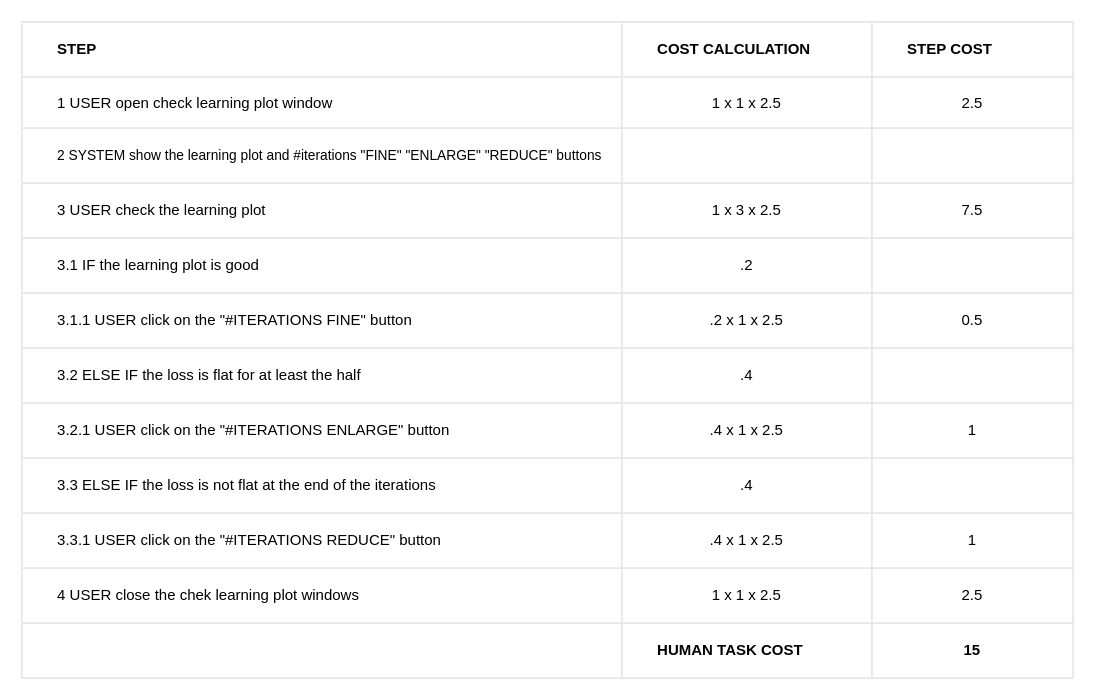
The draw.io diagram check learning plot (Bello)/check_learning_plot_table.drawio in BaffoBello14/AutomaticDamagesRecognition, before the edit. Source tidied: cells renumbered, new cells numbered last; positions are measured from the earlier drawing's top-left corner, leaving out a move shared by most shapes. Both pictures are drawn from the tidied source at 125%, with x=0, y=0 at pixel (21, 21).
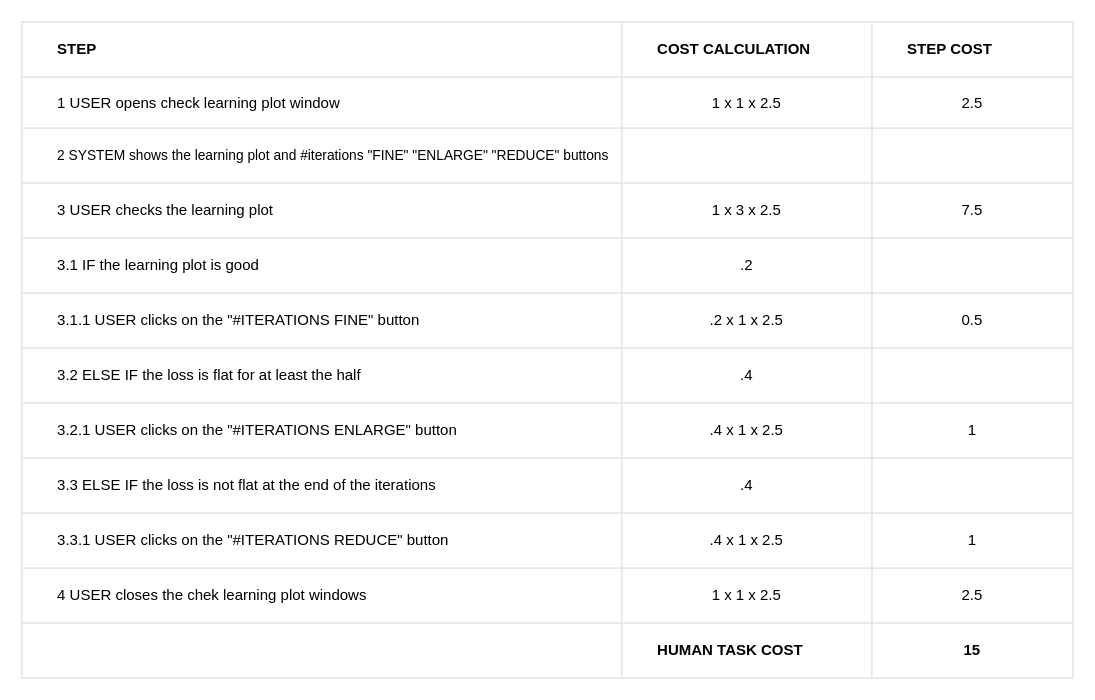
The same page after the edit.

Commit message (it also covers changes not shown here):
correct tables

Unchanged cells that the change refers to:
```xml
<mxCell id="7" style="shape=tableRow;horizontal=0;startSize=0;swimlaneHead=0;swimlaneBody=0;top=0;left=0;bottom=0;right=0;fontStyle=0;fillColor=none;strokeColor=inherit;align=left;" parent="2" vertex="1">
  <mxGeometry y="44" width="841" height="41" as="geometry" />
</mxCell>
<mxCell id="11" style="shape=tableRow;horizontal=0;startSize=0;swimlaneHead=0;swimlaneBody=0;top=0;left=0;bottom=0;right=0;fontStyle=0;fillColor=none;strokeColor=inherit;" parent="2" vertex="1">
  <mxGeometry y="85" width="841" height="44" as="geometry" />
</mxCell>
<mxCell id="15" style="shape=tableRow;horizontal=0;startSize=0;swimlaneHead=0;swimlaneBody=0;top=0;left=0;bottom=0;right=0;fontStyle=0;fillColor=none;strokeColor=inherit;" parent="2" vertex="1">
  <mxGeometry y="129" width="841" height="44" as="geometry" />
</mxCell>
<mxCell id="23" style="shape=tableRow;horizontal=0;startSize=0;swimlaneHead=0;swimlaneBody=0;top=0;left=0;bottom=0;right=0;fontStyle=0;fillColor=none;strokeColor=inherit;" parent="2" vertex="1">
  <mxGeometry y="217" width="841" height="44" as="geometry" />
</mxCell>
<mxCell id="31" style="shape=tableRow;horizontal=0;startSize=0;swimlaneHead=0;swimlaneBody=0;top=0;left=0;bottom=0;right=0;fontStyle=0;fillColor=none;strokeColor=inherit;" parent="2" vertex="1">
  <mxGeometry y="305" width="841" height="44" as="geometry" />
</mxCell>
<mxCell id="39" style="shape=tableRow;horizontal=0;startSize=0;swimlaneHead=0;swimlaneBody=0;top=0;left=0;bottom=0;right=0;fontStyle=0;fillColor=none;strokeColor=inherit;" parent="2" vertex="1">
  <mxGeometry y="393" width="841" height="44" as="geometry" />
</mxCell>
<mxCell id="43" style="shape=tableRow;horizontal=0;startSize=0;swimlaneHead=0;swimlaneBody=0;top=0;left=0;bottom=0;right=0;fontStyle=0;fillColor=none;strokeColor=inherit;" parent="2" vertex="1">
  <mxGeometry y="437" width="841" height="44" as="geometry" />
</mxCell>
```

The edit, as a diff of the source:
```diff
@@
-    <mxCell id="8" value="&lt;span style=&quot;white-space: pre;&quot;&gt;&#9;&lt;/span&gt;1 USER open check learning plot window&amp;nbsp;" style="strokeColor=inherit;fillColor=none;align=left;whiteSpace=wrap;html=1;" parent="7" vertex="1">
+    <mxCell id="8" value="&lt;span style=&quot;white-space: pre;&quot;&gt;&#9;&lt;/span&gt;1 USER opens check learning plot window&amp;nbsp;" style="strokeColor=inherit;fillColor=none;align=left;whiteSpace=wrap;html=1;" parent="7" vertex="1">
       <mxGeometry width="480" height="41" as="geometry" />
     </mxCell>
@@
-    <mxCell id="12" value="&lt;span style=&quot;white-space: pre;&quot;&gt;&#9;&lt;/span&gt;&lt;font style=&quot;font-size: 11px;&quot;&gt;2 SYSTEM show the learning plot and #iterations &quot;FINE&quot; &quot;ENLARGE&quot; &quot;REDUCE&quot; buttons&lt;/font&gt;" style="strokeColor=inherit;fillColor=none;align=left;whiteSpace=wrap;html=1;" parent="11" vertex="1">
+    <mxCell id="12" value="&lt;span style=&quot;white-space: pre;&quot;&gt;&#9;&lt;/span&gt;&lt;font style=&quot;font-size: 11px;&quot;&gt;2 SYSTEM shows the learning plot and #iterations &quot;FINE&quot; &quot;ENLARGE&quot; &quot;REDUCE&quot; buttons&lt;/font&gt;" style="strokeColor=inherit;fillColor=none;align=left;whiteSpace=wrap;html=1;" parent="11" vertex="1">
       <mxGeometry width="480" height="44" as="geometry" />
     </mxCell>
@@
-    <mxCell id="16" value="&lt;span style=&quot;&quot;&gt;&lt;span style=&quot;white-space: pre;&quot;&gt;&amp;nbsp;&lt;span style=&quot;white-space: pre;&quot;&gt;&#9;&lt;/span&gt;&lt;/span&gt;&lt;/span&gt;3 USER check the learning plot" style="strokeColor=inherit;fillColor=none;align=left;whiteSpace=wrap;html=1;" parent="15" vertex="1">
+    <mxCell id="16" value="&lt;span style=&quot;&quot;&gt;&lt;span style=&quot;white-space: pre;&quot;&gt;&amp;nbsp;&lt;span style=&quot;white-space: pre;&quot;&gt;&#9;&lt;/span&gt;&lt;/span&gt;&lt;/span&gt;3 USER checks the learning plot" style="strokeColor=inherit;fillColor=none;align=left;whiteSpace=wrap;html=1;" parent="15" vertex="1">
       <mxGeometry width="480" height="44" as="geometry" />
     </mxCell>
@@
-    <mxCell id="24" value="&lt;span style=&quot;&quot;&gt;&lt;span style=&quot;white-space: pre;&quot;&gt;&amp;nbsp;&amp;nbsp;&amp;nbsp;&amp;nbsp;&lt;span style=&quot;white-space: pre;&quot;&gt;&#9;&lt;/span&gt;&lt;/span&gt;&lt;/span&gt;3.1.1 USER click on the &quot;#ITERATIONS FINE&quot; button" style="strokeColor=inherit;fillColor=none;align=left;whiteSpace=wrap;html=1;" parent="23" vertex="1">
+    <mxCell id="24" value="&lt;span style=&quot;&quot;&gt;&lt;span style=&quot;white-space: pre;&quot;&gt;&amp;nbsp;&amp;nbsp;&amp;nbsp;&amp;nbsp;&lt;span style=&quot;white-space: pre;&quot;&gt;&#9;&lt;/span&gt;&lt;/span&gt;&lt;/span&gt;3.1.1 USER clicks on the &quot;#ITERATIONS FINE&quot; button" style="strokeColor=inherit;fillColor=none;align=left;whiteSpace=wrap;html=1;" parent="23" vertex="1">
       <mxGeometry width="480" height="44" as="geometry" />
     </mxCell>
@@
-    <mxCell id="32" value="&lt;span style=&quot;&quot;&gt;&lt;span style=&quot;white-space: pre;&quot;&gt;&amp;nbsp;&amp;nbsp;&amp;nbsp;&amp;nbsp;&lt;span style=&quot;white-space: pre;&quot;&gt;&#9;&lt;/span&gt;&lt;/span&gt;&lt;/span&gt;3.2.1 USER click on the &quot;#ITERATIONS ENLARGE&quot; button" style="strokeColor=inherit;fillColor=none;align=left;whiteSpace=wrap;html=1;" parent="31" vertex="1">
+    <mxCell id="32" value="&lt;span style=&quot;&quot;&gt;&lt;span style=&quot;white-space: pre;&quot;&gt;&amp;nbsp;&amp;nbsp;&amp;nbsp;&amp;nbsp;&lt;span style=&quot;white-space: pre;&quot;&gt;&#9;&lt;/span&gt;&lt;/span&gt;&lt;/span&gt;3.2.1 USER clicks on the &quot;#ITERATIONS ENLARGE&quot; button" style="strokeColor=inherit;fillColor=none;align=left;whiteSpace=wrap;html=1;" parent="31" vertex="1">
       <mxGeometry width="480" height="44" as="geometry" />
     </mxCell>
@@
-    <mxCell id="40" value="&lt;span style=&quot;&quot;&gt;&lt;span style=&quot;white-space: pre;&quot;&gt;&amp;nbsp;&amp;nbsp;&amp;nbsp;&amp;nbsp;&lt;span style=&quot;white-space: pre;&quot;&gt;&#9;&lt;/span&gt;&lt;/span&gt;&lt;/span&gt;&lt;span style=&quot;border-color: var(--border-color);&quot;&gt;&lt;/span&gt;3.3.1 USER click on the &quot;#ITERATIONS REDUCE&quot; button" style="strokeColor=inherit;fillColor=none;align=left;whiteSpace=wrap;html=1;" parent="39" vertex="1">
+    <mxCell id="40" value="&lt;span style=&quot;&quot;&gt;&lt;span style=&quot;white-space: pre;&quot;&gt;&amp;nbsp;&amp;nbsp;&amp;nbsp;&amp;nbsp;&lt;span style=&quot;white-space: pre;&quot;&gt;&#9;&lt;/span&gt;&lt;/span&gt;&lt;/span&gt;&lt;span style=&quot;border-color: var(--border-color);&quot;&gt;&lt;/span&gt;3.3.1 USER clicks on the &quot;#ITERATIONS REDUCE&quot; button" style="strokeColor=inherit;fillColor=none;align=left;whiteSpace=wrap;html=1;" parent="39" vertex="1">
       <mxGeometry width="480" height="44" as="geometry" />
     </mxCell>
@@
-    <mxCell id="44" value="&lt;span style=&quot;white-space: pre;&quot;&gt;&#9;&lt;/span&gt;4 USER close the chek learning plot windows" style="strokeColor=inherit;fillColor=none;align=left;whiteSpace=wrap;html=1;" parent="43" vertex="1">
+    <mxCell id="44" value="&lt;span style=&quot;white-space: pre;&quot;&gt;&#9;&lt;/span&gt;4 USER closes the chek learning plot windows" style="strokeColor=inherit;fillColor=none;align=left;whiteSpace=wrap;html=1;" parent="43" vertex="1">
       <mxGeometry width="480" height="44" as="geometry" />
     </mxCell>
```
